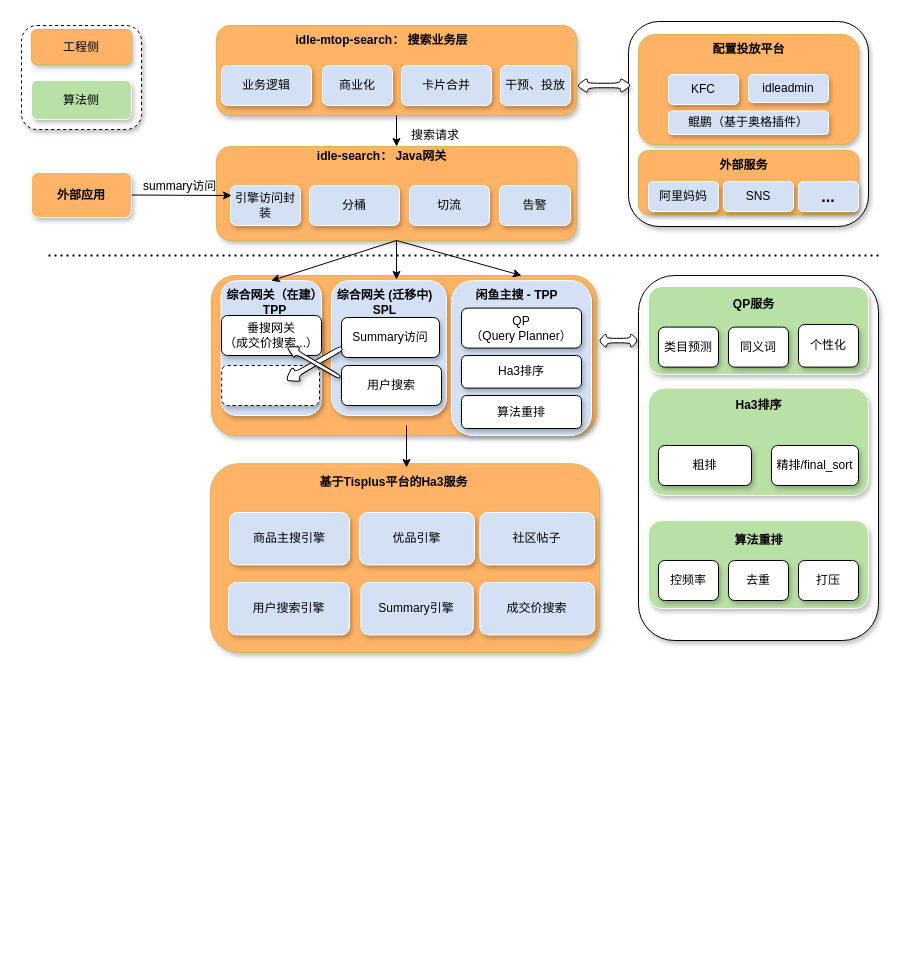
Earlier version of the draw.io diagram FY22S2规划.drawio (hustpawpaw/charts). Source tidied: cells renumbered, new cells numbered last; positions are measured from the earlier drawing's top-left corner, leaving out a move shared by most shapes. Both pictures are drawn from the tidied source at 100%, with x=0, y=0 at pixel (21, 21).
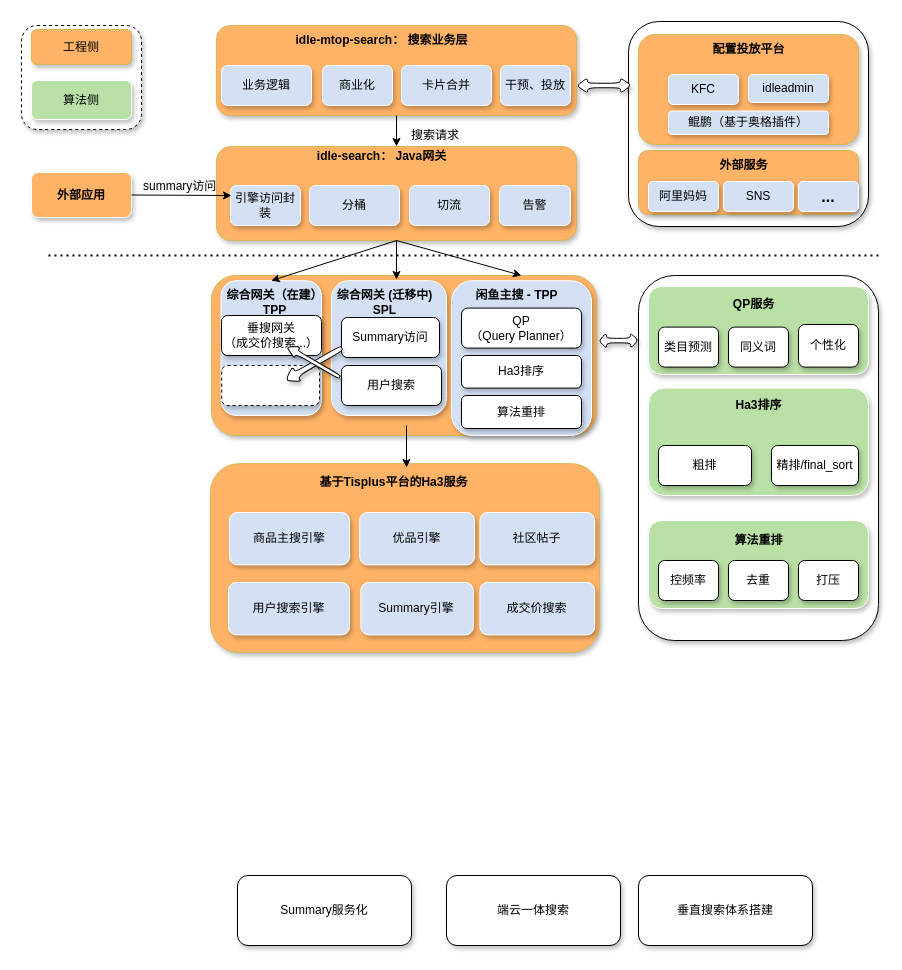
Above is the later version.

The edit, as a diff of the source:
```diff
@@
+    <mxCell id="79" value="Summary服务化" style="rounded=1;whiteSpace=wrap;html=1;shadow=1;" parent="1" vertex="1">
+      <mxGeometry x="216" y="854" width="174" height="70" as="geometry" />
+    </mxCell>
+    <mxCell id="80" value="端云一体搜索" style="rounded=1;whiteSpace=wrap;html=1;shadow=1;" parent="1" vertex="1">
+      <mxGeometry x="425" y="854" width="174" height="70" as="geometry" />
+    </mxCell>
+    <mxCell id="81" value="垂直搜索体系搭建" style="rounded=1;whiteSpace=wrap;html=1;shadow=1;" parent="1" vertex="1">
+      <mxGeometry x="617" y="854" width="174" height="70" as="geometry" />
+    </mxCell>
```
